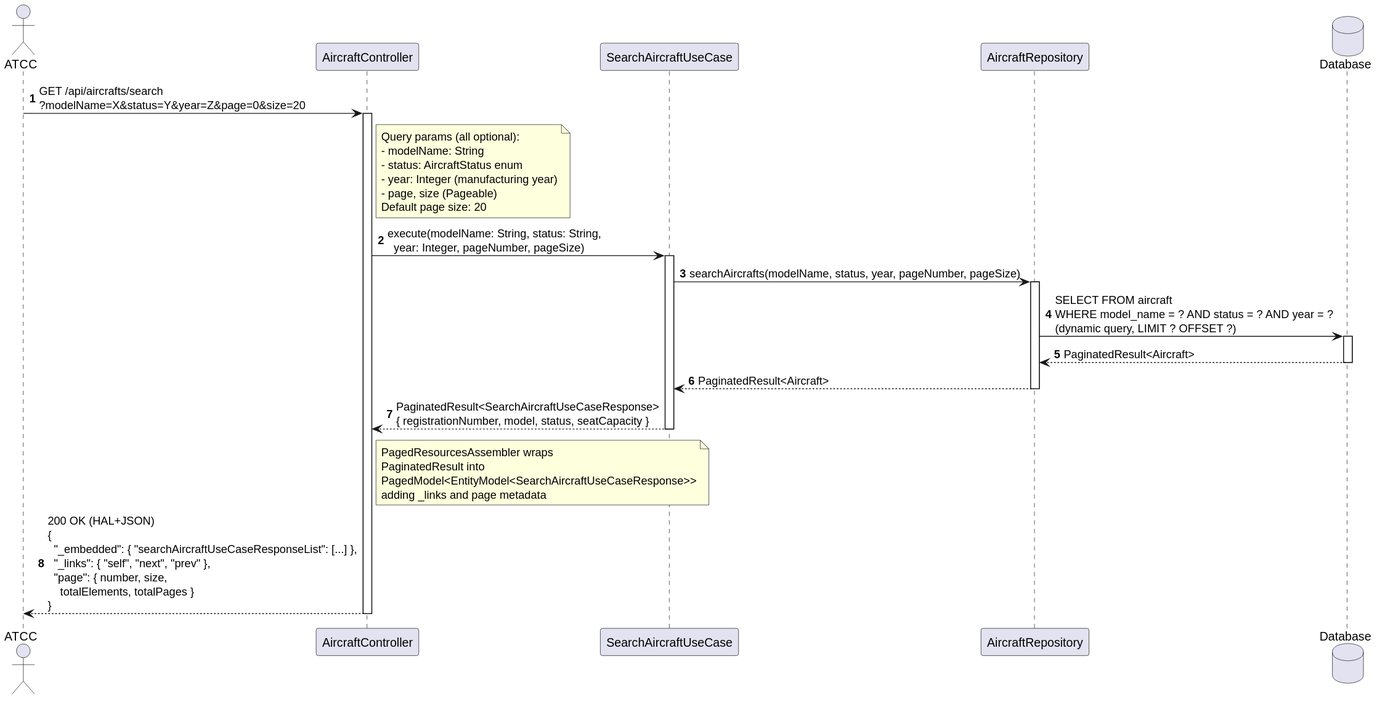
Earlier version of the PlantUML export docs/system-documentation/use-cases/WP1A/US104/svg/sd_us104.svg (VascoMagolo/psoft_1231562_1241692_1242036_2db).
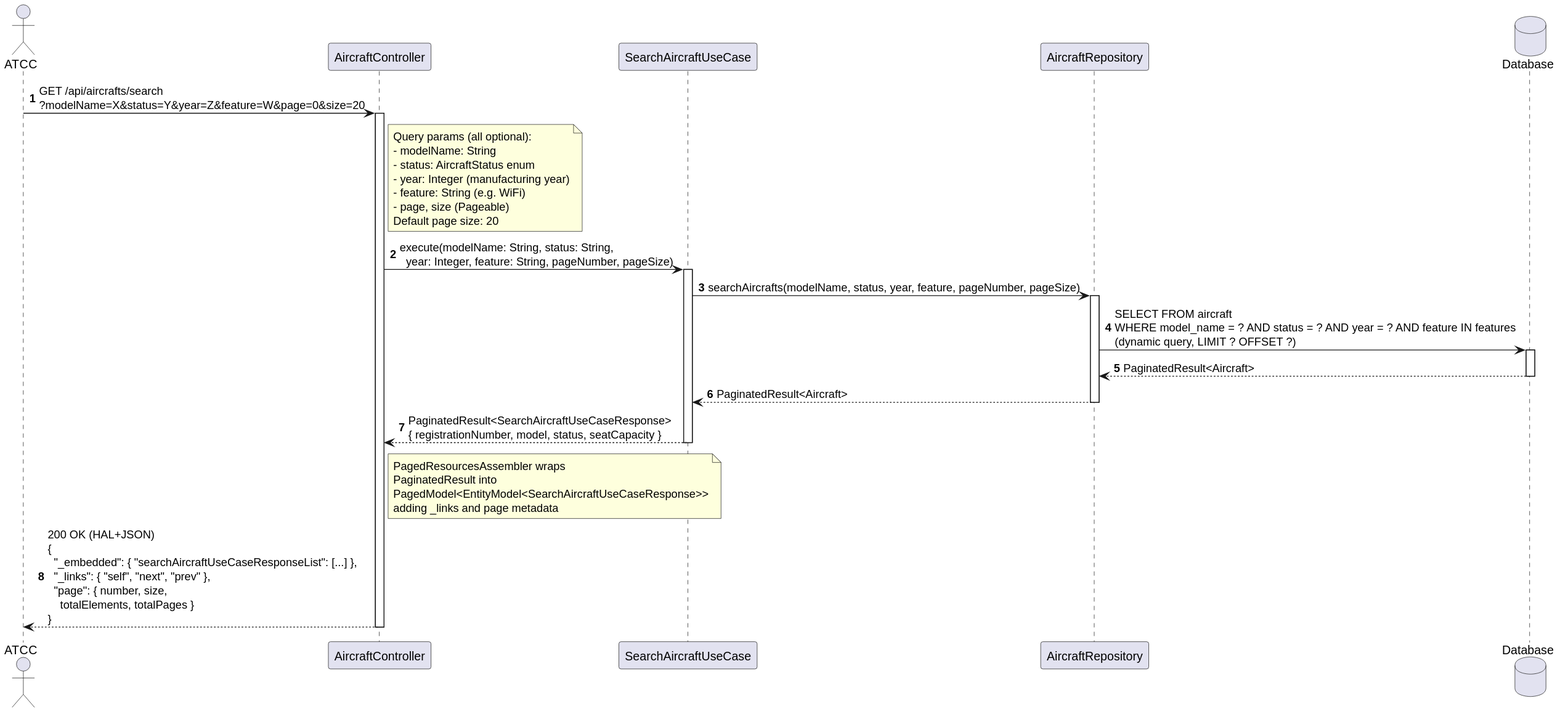
The same diagram one commit later.

Diff of the diagram source:
```diff
@@ -6,7 +6,7 @@
 participant "AircraftRepository" as Repo
 database "Database" as DB
 
-ATCC -> Ctrl : GET /api/aircrafts/search\n?modelName=X&status=Y&year=Z&page=0&size=20
+ATCC -> Ctrl : GET /api/aircrafts/search\n?modelName=X&status=Y&year=Z&feature=W&page=0&size=20
 activate Ctrl
 
 note right of Ctrl
@@ -14,16 +14,17 @@
   - modelName: String
   - status: AircraftStatus enum
   - year: Integer (manufacturing year)
+  - feature: String (e.g. WiFi)
   - page, size (Pageable)
   Default page size: 20
 end note
 
-Ctrl -> UC : execute(modelName: String, status: String,\n  year: Integer, pageNumber, pageSize)
+Ctrl -> UC : execute(modelName: String, status: String,\n  year: Integer, feature: String, pageNumber, pageSize)
 activate UC
 
-UC -> Repo : searchAircrafts(modelName, status, year, pageNumber, pageSize)
+UC -> Repo : searchAircrafts(modelName, status, year, feature, pageNumber, pageSize)
 activate Repo
-Repo -> DB : SELECT FROM aircraft\nWHERE model_name = ? AND status = ? AND year = ?\n(dynamic query, LIMIT ? OFFSET ?)
+Repo -> DB : SELECT FROM aircraft\nWHERE model_name = ? AND status = ? AND year = ? AND feature IN features\n(dynamic query, LIMIT ? OFFSET ?)
 activate DB
 DB --> Repo : PaginatedResult<Aircraft>
 deactivate DB
```
